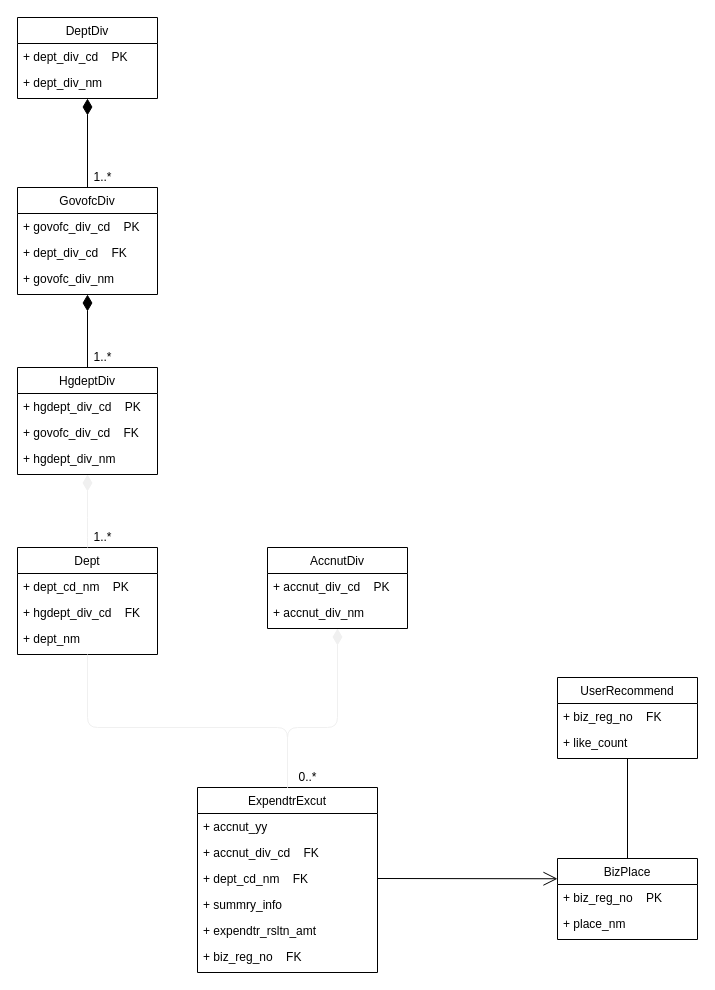
This is document/다이어그램/uml_data_modeling.drawio from pengm2ng/AJOU_DATABASE_JMT, a draw.io file, before an edit. Source tidied: cells renumbered, new cells numbered last; positions are measured from the earlier drawing's top-left corner, leaving out a move shared by most shapes. Both pictures are drawn from the tidied source at 100%, with x=0, y=0 at pixel (17, 17).
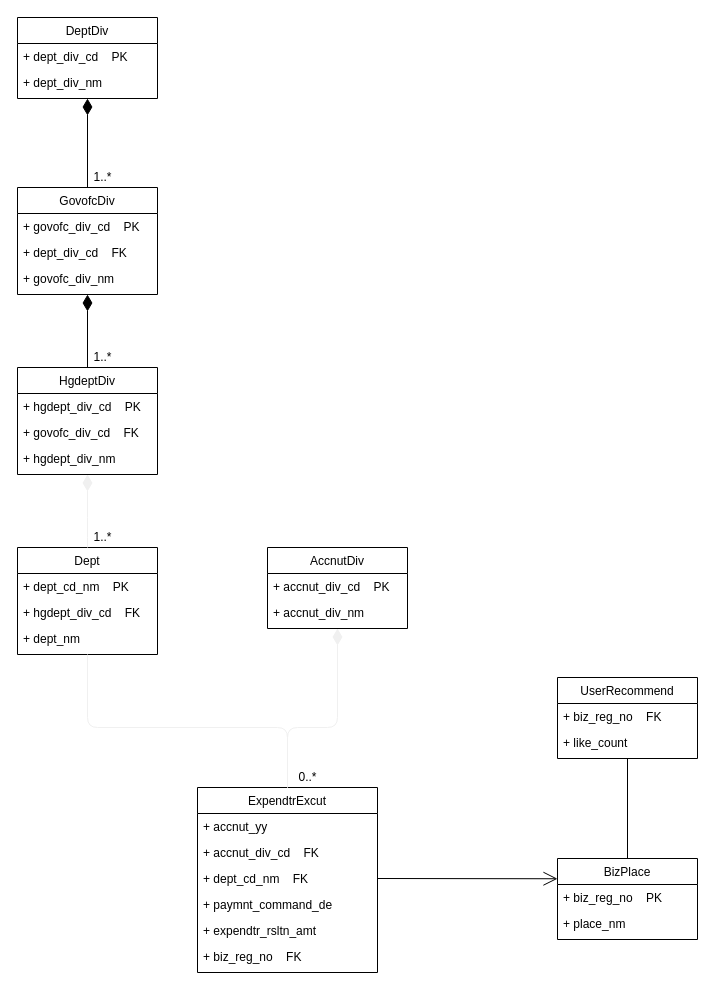
After the change.

Commit message (it also covers changes not shown here):
added: new join query

The change refers to these unchanged cells:
```xml
<mxCell id="2" value="ExpendtrExcut" style="swimlane;fontStyle=0;horizontal=1;startSize=26;fillColor=none;" parent="1" vertex="1">
  <mxGeometry x="180" y="770" width="180" height="185" as="geometry" />
</mxCell>
```

What changed in the source:
```diff
@@
-    <mxCell id="6" value="+ summry_info" style="text;strokeColor=none;fillColor=none;align=left;verticalAlign=top;spacingLeft=4;spacingRight=4;overflow=hidden;" parent="2" vertex="1">
+    <mxCell id="6" value="+ paymnt_command_de" style="text;strokeColor=none;fillColor=none;align=left;verticalAlign=top;spacingLeft=4;spacingRight=4;overflow=hidden;" parent="2" vertex="1">
       <mxGeometry y="104" width="180" height="26" as="geometry" />
     </mxCell>
```
